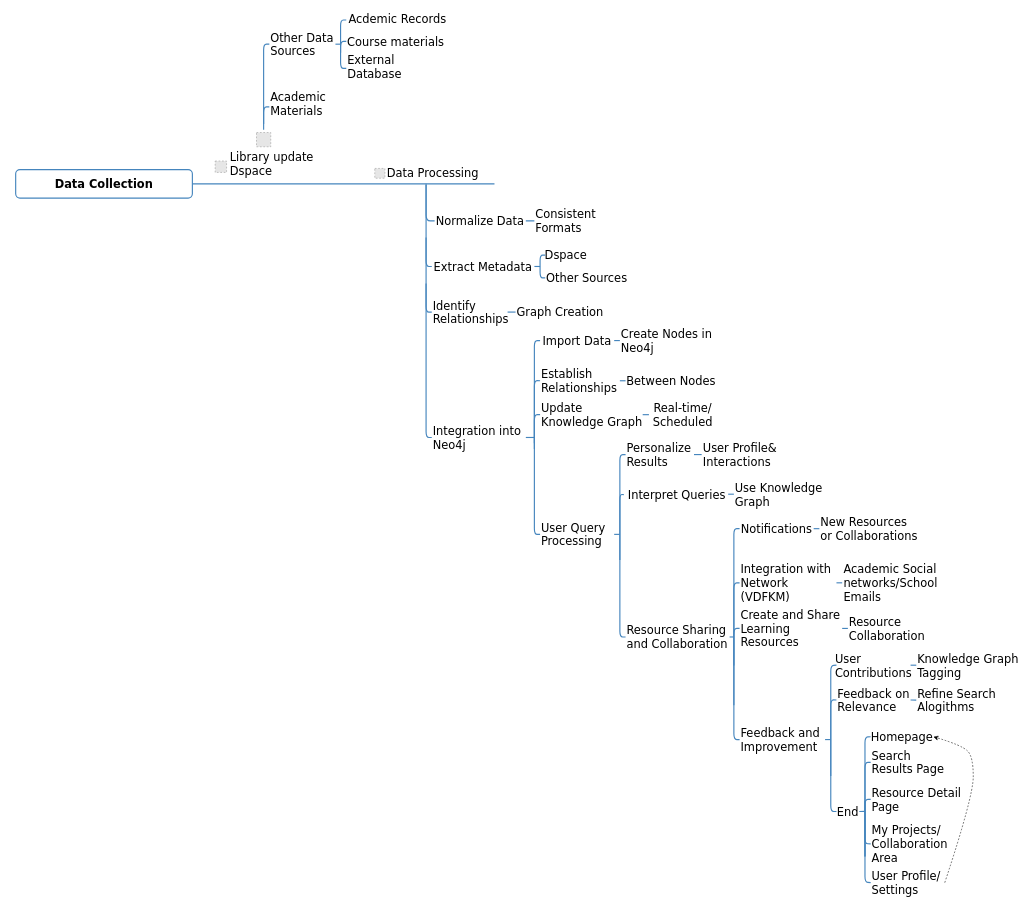
This is page "Trang-1" (1 of 2) of Untitled Diagram.drawio from longcule/Hi, a draw.io file, before an edit. Source tidied: cells renumbered, new cells numbered last; positions are measured from the earlier drawing's top-left corner, leaving out a move shared by most shapes. Both pictures are drawn from the tidied source at 57%, with x=0, y=0 at pixel (15, 10). Pictures stored in the file or linked from it are replaced by grey dashed boxes.
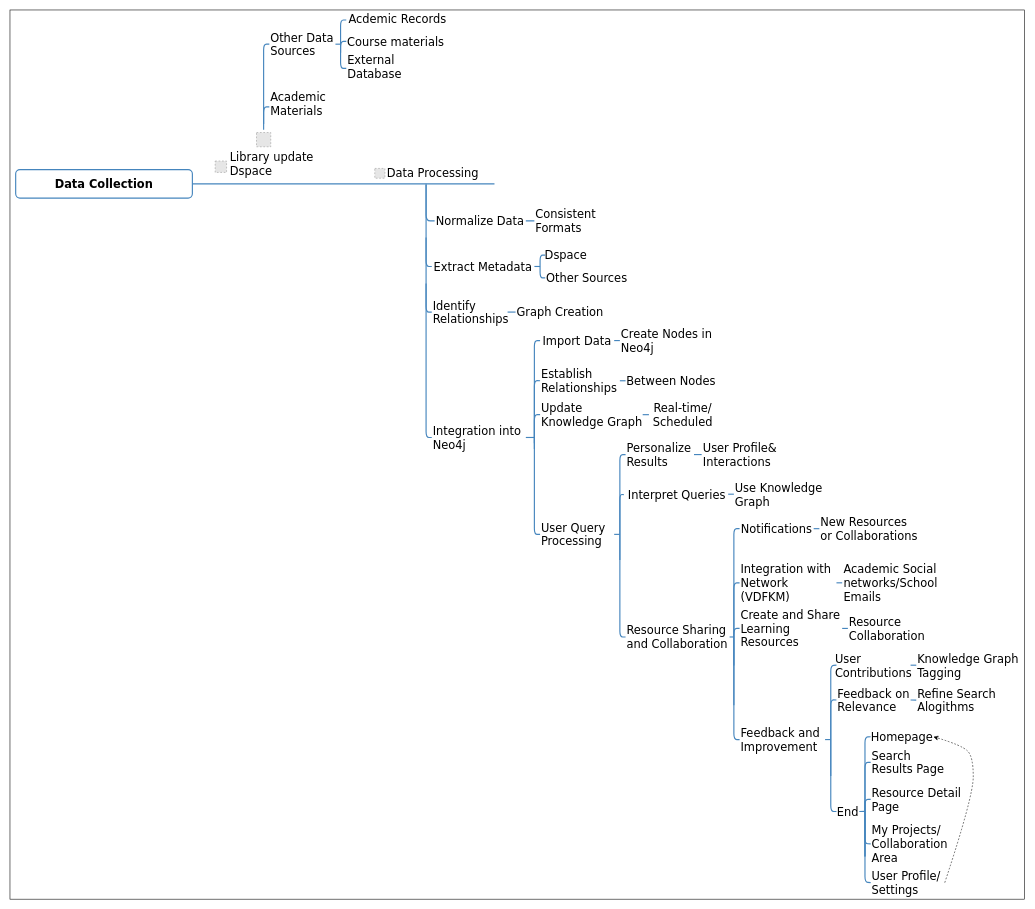
After the change.

Commit message:
Cập nhật Untitled Diagram.drawio

Diff of the diagram source:
```diff
@@
+    <mxCell id="119" style="rounded=0;whiteSpace=wrap;html=1;" parent="1" vertex="1">
+      <mxGeometry x="-10" width="1780" height="1560" as="geometry" />
+    </mxCell>
```
